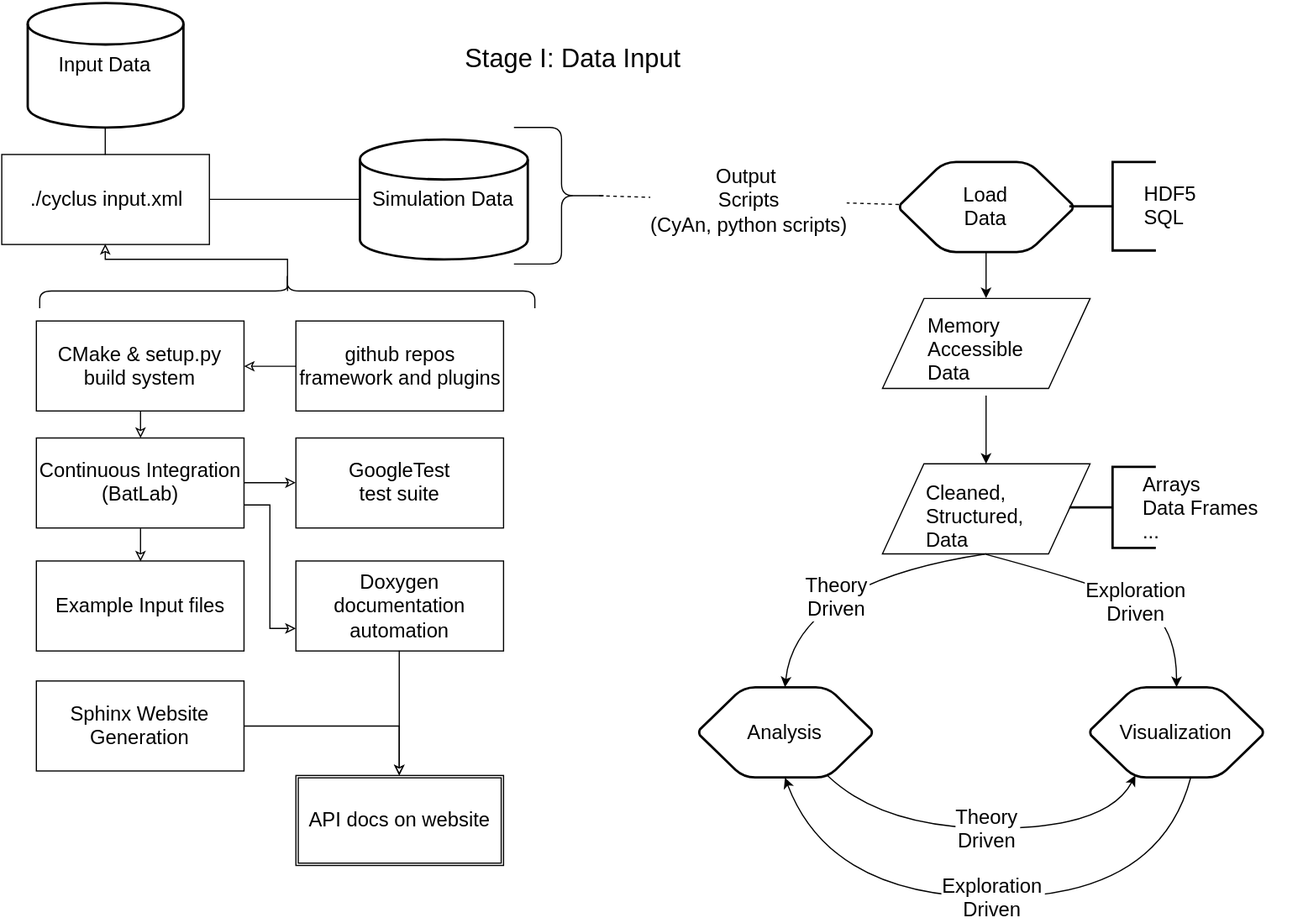
Before: case-studies/khuff.svg, a diagram exported from draw.io (BIDS/repro-case-studies). Source tidied: cells renumbered, new cells last; positions are measured from the earlier drawing's top-left corner, leaving out a move shared by most shapes. The source it was exported from:
```xml
<mxGraphModel background="#ffffff">
  <root>
    <mxCell id="0" />
    <mxCell id="1" parent="0" />
    <mxCell id="2" style="group;fontSize=17;" parent="1" vertex="1">
      <mxGeometry width="1105" height="777" as="geometry" />
    </mxCell>
    <mxCell id="3" value="Load&#10;Data" style="strokeWidth=2;shape=mxgraph.flowchart.preparation;fontSize=17;" parent="2" vertex="1">
      <mxGeometry x="763.6" y="135.2" width="147.1" height="76.6" as="geometry" />
    </mxCell>
    <mxCell id="4" value="Simulation Data" style="strokeWidth=2;shape=mxgraph.flowchart.database;fontSize=17;" parent="2" vertex="1">
      <mxGeometry x="304.6" y="116.1" width="142.7" height="102.1" as="geometry" />
    </mxCell>
    <mxCell id="5" style="shape=curlyBracket;whiteSpace=wrap;html=1;rounded=1;rotation=180;fontSize=17;" parent="2" vertex="1">
      <mxGeometry x="435.5" y="105.9" width="80.9" height="116.1" as="geometry" />
    </mxCell>
    <mxCell id="6" style="shape=parallelogram;whiteSpace=wrap;fontSize=17;" parent="2" vertex="1">
      <mxGeometry x="748.9" y="251.3" width="176.6" height="76.6" as="geometry" />
    </mxCell>
    <mxCell id="7" style="edgeStyle=none;endArrow=classic;html=1;rounded=0;entryX=0.5;entryY=0;exitX=0.5;exitY=1;exitPerimeter=0;fontSize=17;" parent="2" edge="1" source="3" target="6">
      <mxGeometry relative="1" as="geometry" />
    </mxCell>
    <mxCell id="8" style="strokeWidth=2;html=1;shape=mxgraph.flowchart.annotation_2;fontSize=17;" parent="2" vertex="1">
      <mxGeometry x="907.8" y="135.2" width="73.6" height="75.3" as="geometry" />
    </mxCell>
    <mxCell id="9" value="Visualization" style="strokeWidth=2;shape=mxgraph.flowchart.preparation;fontSize=17;" parent="2" vertex="1">
      <mxGeometry x="925.4" y="582.1" width="147.1" height="76.6" as="geometry" />
    </mxCell>
    <mxCell id="10" value="Analysis" style="strokeWidth=2;shape=mxgraph.flowchart.preparation;fontSize=17;" parent="2" vertex="1">
      <mxGeometry x="592.9" y="582.1" width="147.1" height="76.6" as="geometry" />
    </mxCell>
    <mxCell id="11" value="Output&amp;nbsp;&lt;div&gt;Scripts&lt;/div&gt;&lt;div&gt;(CyAn, python scripts)&lt;/div&gt;" style="edgeStyle=none;endArrow=none;dashed=1;html=1;rounded=0;exitX=0.1;exitY=0.5;exitPerimeter=0;fontSize=17;" parent="2" edge="1" source="5" target="3">
      <mxGeometry relative="1" as="geometry" />
    </mxCell>
    <mxCell id="12" style="shape=parallelogram;whiteSpace=wrap;fontSize=17;" parent="2" vertex="1">
      <mxGeometry x="748.9" y="392" width="176.6" height="76.6" as="geometry" />
    </mxCell>
    <mxCell id="13" style="strokeWidth=2;html=1;shape=mxgraph.flowchart.annotation_2;fontSize=17;" parent="2" vertex="1">
      <mxGeometry x="907.8" y="394.6" width="73.6" height="68.9" as="geometry" />
    </mxCell>
    <mxCell id="14" value="Exploration&#10;Driven" style="curved=1;endArrow=classic;rounded=0;entryX=0.5;entryY=0;entryPerimeter=0;exitX=0.5;exitY=1;fontSize=17;" parent="2" edge="1" source="12" target="9">
      <mxGeometry x="0.17" relative="1" as="geometry">
        <Array as="points">
          <mxPoint x="925.4" y="492.8" />
          <mxPoint x="999" y="523.4" />
        </Array>
      </mxGeometry>
    </mxCell>
    <mxCell id="15" value="Theory&#10;Driven" style="curved=1;endArrow=classic;rounded=0;entryX=0.5;entryY=0;entryPerimeter=0;exitX=0.5;exitY=1;fontSize=17;" parent="2" edge="1" target="10">
      <mxGeometry x="0.04" y="17" relative="1" as="geometry">
        <mxPoint x="837.2" y="468.6" as="sourcePoint" />
        <Array as="points">
          <mxPoint x="675.3" y="492.8" />
        </Array>
      </mxGeometry>
    </mxCell>
    <mxCell id="16" value="Exploration&#10;Driven" style="curved=1;endArrow=classic;rounded=0;entryX=0.5;entryY=1;entryPerimeter=0;exitX=0.58;exitY=1;exitPerimeter=0;fontSize=17;" parent="2" edge="1" source="9" target="10">
      <mxGeometry relative="1" as="geometry">
        <Array as="points">
          <mxPoint x="984.3" y="760.7" />
          <mxPoint x="704.7" y="760.7" />
        </Array>
      </mxGeometry>
    </mxCell>
    <mxCell id="17" value="Theory&#10;Driven" style="curved=1;endArrow=classic;rounded=0;entryX=0.26;entryY=0.98;entryPerimeter=0;exitX=0.74;exitY=0.98;exitPerimeter=0;fontSize=17;" parent="2" edge="1" source="10" target="9">
      <mxGeometry relative="1" as="geometry">
        <Array as="points">
          <mxPoint x="748.9" y="702" />
          <mxPoint x="940.1" y="702" />
        </Array>
      </mxGeometry>
    </mxCell>
    <mxCell id="18" value="HDF5&#10;SQL" style="text;align=left;fontSize=17;" parent="2" vertex="1">
      <mxGeometry x="969.6" y="145.4" width="88.3" height="65.1" as="geometry" />
    </mxCell>
    <mxCell id="19" value="Arrays&#10;Data Frames&#10;..." style="text;align=left;fontSize=17;" parent="2" vertex="1">
      <mxGeometry x="968.5" y="392.6" width="117.7" height="76.6" as="geometry" />
    </mxCell>
    <mxCell id="20" value="Cleaned, &#10;Structured, &#10;Data" style="text;align=left;fontSize=17;" parent="2" vertex="1">
      <mxGeometry x="784.2" y="399.7" width="147.1" height="51" as="geometry" />
    </mxCell>
    <mxCell id="21" value="Memory&#10;Accessible&#10;Data" style="text;align=left;fontSize=17;" parent="2" vertex="1">
      <mxGeometry x="785.7" y="257.7" width="103" height="76.6" as="geometry" />
    </mxCell>
    <mxCell id="22" value="Input Data" style="strokeWidth=2;shape=mxgraph.flowchart.database;fontSize=17;" parent="2" vertex="1">
      <mxGeometry x="22.1" width="132.4" height="105.9" as="geometry" />
    </mxCell>
    <mxCell id="23" value="./cyclus input.xml" style="whiteSpace=wrap;html=1;fontSize=17;" parent="2" vertex="1">
      <mxGeometry y="128.9" width="176.6" height="76.6" as="geometry" />
    </mxCell>
    <mxCell id="24" style="edgeStyle=orthogonalEdgeStyle;rounded=0;html=1;exitX=0.5;exitY=1;exitPerimeter=0;endArrow=none;endFill=0;strokeColor=#000000;entryX=0.5;entryY=0;fontSize=17;" parent="2" edge="1" source="22" target="23">
      <mxGeometry relative="1" as="geometry" />
    </mxCell>
    <mxCell id="25" style="edgeStyle=orthogonalEdgeStyle;rounded=0;html=1;exitX=1;exitY=0.5;endArrow=none;endFill=0;strokeColor=#000000;fontSize=17;" parent="2" edge="1" source="23" target="4">
      <mxGeometry relative="1" as="geometry" />
    </mxCell>
    <mxCell id="26" style="shape=curlyBracket;whiteSpace=wrap;html=1;rounded=1;rotation=90;fontSize=17;" parent="2" vertex="1">
      <mxGeometry x="228.1" y="34.4" width="29.4" height="421" as="geometry" />
    </mxCell>
    <mxCell id="27" style="edgeStyle=orthogonalEdgeStyle;rounded=0;html=1;exitX=0.5;exitY=1;entryX=0.5;entryY=0.5;entryPerimeter=0;startArrow=classic;startFill=0;endArrow=none;endFill=0;fontSize=17;" parent="2" edge="1" source="23" target="26">
      <mxGeometry relative="1" as="geometry" />
    </mxCell>
    <mxCell id="28" value="CMake &amp;amp; setup.py build system" style="whiteSpace=wrap;html=1;fontSize=17;" parent="2" vertex="1">
      <mxGeometry x="29.4" y="270.5" width="176.6" height="76.6" as="geometry" />
    </mxCell>
    <mxCell id="29" value="github repos&lt;div&gt;framework and plugins&lt;/div&gt;" style="whiteSpace=wrap;html=1;fontSize=17;" parent="2" vertex="1">
      <mxGeometry x="250.1" y="270.5" width="176.6" height="76.6" as="geometry" />
    </mxCell>
    <mxCell id="30" value="Example Input files" style="whiteSpace=wrap;html=1;fontSize=17;" parent="2" vertex="1">
      <mxGeometry x="29.4" y="474.6" width="176.6" height="76.6" as="geometry" />
    </mxCell>
    <mxCell id="31" value="GoogleTest&lt;div&gt;test suite&lt;/div&gt;" style="whiteSpace=wrap;html=1;fontSize=17;" parent="2" vertex="1">
      <mxGeometry x="250.1" y="370" width="176.6" height="76.6" as="geometry" />
    </mxCell>
    <mxCell id="32" value="Continuous Integration&lt;div&gt;(BatLab)&lt;/div&gt;" style="whiteSpace=wrap;html=1;fontSize=17;" parent="2" vertex="1">
      <mxGeometry x="29.4" y="370" width="176.6" height="76.6" as="geometry" />
    </mxCell>
    <mxCell id="33" value="Doxygen documentation automation" style="whiteSpace=wrap;html=1;fontSize=17;" parent="2" vertex="1">
      <mxGeometry x="250.1" y="474.6" width="176.6" height="76.6" as="geometry" />
    </mxCell>
    <mxCell id="34" value="API docs on website" style="shape=ext;double=1;whiteSpace=wrap;html=1;fontSize=17;" parent="2" vertex="1">
      <mxGeometry x="250.1" y="657.1" width="176.6" height="76.6" as="geometry" />
    </mxCell>
    <mxCell id="35" style="edgeStyle=orthogonalEdgeStyle;rounded=0;html=1;exitX=0.5;exitY=1;entryX=0.5;entryY=0;startArrow=none;startFill=0;endArrow=classic;endFill=0;fontSize=17;" parent="2" edge="1" source="33" target="34">
      <mxGeometry relative="1" as="geometry" />
    </mxCell>
    <mxCell id="36" value="&lt;div&gt;Sphinx Website Generation&lt;/div&gt;" style="whiteSpace=wrap;html=1;fontSize=17;" parent="2" vertex="1">
      <mxGeometry x="29.4" y="576.7" width="176.6" height="76.6" as="geometry" />
    </mxCell>
    <mxCell id="37" style="edgeStyle=orthogonalEdgeStyle;rounded=0;html=1;exitX=1;exitY=0.5;entryX=0.5;entryY=0;startArrow=none;startFill=0;endArrow=classic;endFill=0;fontSize=17;" parent="2" edge="1" source="36" target="34">
      <mxGeometry relative="1" as="geometry" />
    </mxCell>
    <mxCell id="38" style="edgeStyle=orthogonalEdgeStyle;rounded=0;html=1;exitX=1;exitY=0.5;entryX=0;entryY=0.5;startArrow=none;startFill=0;endArrow=classic;endFill=0;fontSize=17;" parent="2" edge="1" source="32" target="31">
      <mxGeometry relative="1" as="geometry" />
    </mxCell>
    <mxCell id="39" style="edgeStyle=orthogonalEdgeStyle;rounded=0;html=1;exitX=1;exitY=0.75;entryX=0;entryY=0.75;startArrow=none;startFill=0;endArrow=classic;endFill=0;fontSize=17;" parent="2" edge="1" source="32" target="33">
      <mxGeometry relative="1" as="geometry" />
    </mxCell>
    <mxCell id="40" style="edgeStyle=orthogonalEdgeStyle;rounded=0;html=1;exitX=0.5;exitY=1;entryX=0.5;entryY=0;startArrow=none;startFill=0;endArrow=classic;endFill=0;fontSize=17;" parent="2" edge="1" source="32" target="30">
      <mxGeometry relative="1" as="geometry" />
    </mxCell>
    <mxCell id="41" style="edgeStyle=orthogonalEdgeStyle;rounded=0;html=1;exitX=0;exitY=0.5;entryX=1;entryY=0.5;startArrow=none;startFill=0;endArrow=classic;endFill=0;fontSize=17;" parent="2" edge="1" source="29" target="28">
      <mxGeometry relative="1" as="geometry" />
    </mxCell>
    <mxCell id="42" style="edgeStyle=orthogonalEdgeStyle;rounded=0;html=1;exitX=0.5;exitY=1;startArrow=none;startFill=0;endArrow=classic;endFill=0;fontSize=17;" parent="2" edge="1" source="28" target="32">
      <mxGeometry relative="1" as="geometry" />
    </mxCell>
    <mxCell id="43" value="&lt;span&gt;&lt;font style=&quot;font-size: 22px&quot;&gt;Stage I: Data Input&lt;/font&gt;&lt;/span&gt;" style="text;html=1;strokeColor=none;fillColor=none;align=center;verticalAlign=middle;whiteSpace=wrap;overflow=hidden;fontSize=17;" parent="2" vertex="1">
      <mxGeometry x="301.6" y="28.1" width="367.8" height="38.3" as="geometry" />
    </mxCell>
    <mxCell id="44" style="edgeStyle=orthogonalEdgeStyle;rounded=0;html=1;exitX=0.5;exitY=1;entryX=0.5;entryY=0;jettySize=auto;fontSize=17;" parent="2" edge="1" source="21" target="12">
      <mxGeometry relative="1" as="geometry" />
    </mxCell>
  </root>
</mxGraphModel>
```
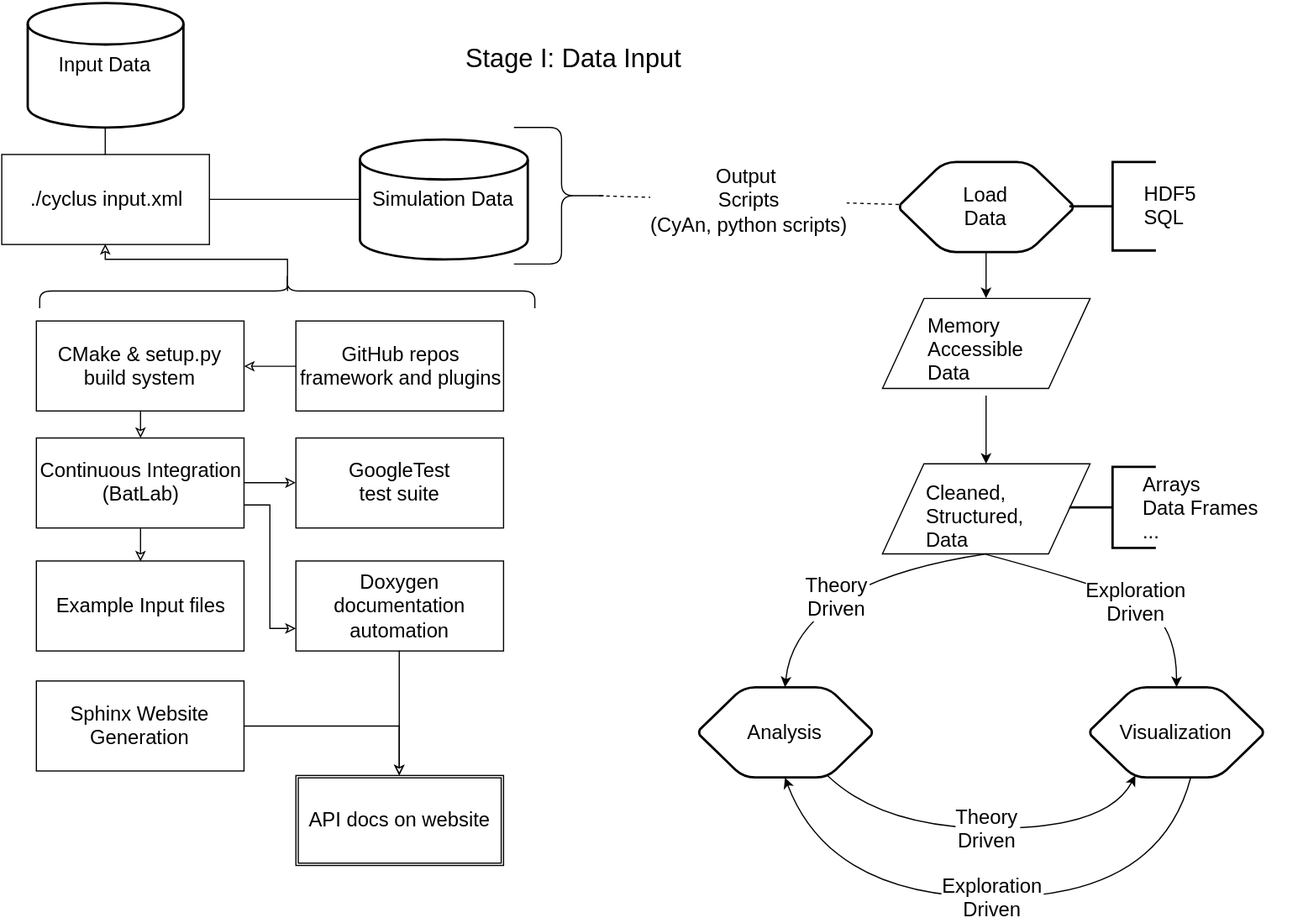
The same file after the commit.

What changed in the source:
```diff
@@ -103,7 +103,7 @@
     <mxCell id="28" value="CMake &amp;amp; setup.py build system" style="whiteSpace=wrap;html=1;fontSize=17;" parent="2" vertex="1">
       <mxGeometry x="29.4" y="270.5" width="176.6" height="76.6" as="geometry" />
     </mxCell>
-    <mxCell id="29" value="github repos&lt;div&gt;framework and plugins&lt;/div&gt;" style="whiteSpace=wrap;html=1;fontSize=17;" parent="2" vertex="1">
+    <mxCell id="29" value="GitHub repos&lt;div&gt;framework and plugins&lt;/div&gt;" style="whiteSpace=wrap;html=1;fontSize=17;" parent="2" vertex="1">
       <mxGeometry x="250.1" y="270.5" width="176.6" height="76.6" as="geometry" />
     </mxCell>
     <mxCell id="30" value="Example Input files" style="whiteSpace=wrap;html=1;fontSize=17;" parent="2" vertex="1">
```
